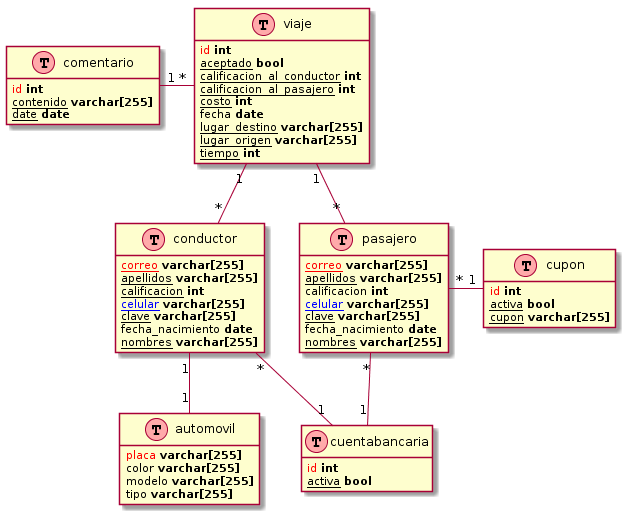
Before: img/diagram.png, a diagram exported from PlantUML (k26duran/ProyectoARSW). Source of this version:
```plantuml
@startuml
hide methods
hide stereotypes

class automovil << (T,#FFAAAA) >> {
    <color:red>placa</color> <b>varchar[255]</b>
    color <b>varchar[255]</b>
	modelo <b>varchar[255]</b>
	tipo <b>varchar[255]</b>
}


class conductor << (T,#FFAAAA) >>{
    <u><color:red>correo</color></u> <b>varchar[255]</b>
    <u>apellidos</u> <b>varchar[255]</b>
	<u>calificacion</u> <b>int</b>
	<u><color:blue>celular</color></u> <b>varchar[255]</b>
	<u>clave</u> <b>varchar[255]</b>
	fecha_nacimiento <b>date</b>
	<u>nombres</u> <b>varchar[255]</b>
}

class pasajero << (T,#FFAAAA) >>{
    <u><color:red>correo</color></u> <b>varchar[255]</b>
	<u>apellidos</u> <b>varchar[255]</b>
	calificacion <b>int</b>
	<u><color:blue>celular</color></u> <b>varchar[255]</b>
	<u>clave</u> <b>varchar[255]</b>
	fecha_nacimiento <b>date</b>
	<u>nombres</u> <b>varchar[255]</b>
}

class viaje << (T,#FFAAAA) >>{
	<color:red>id</color> <b>int</b>
	<u>aceptado</u> <b>bool</b>
	<u>calificacion_al_conductor</u> <b>int</b>
	<u>calificacion_al_pasajero</u> <b>int</b>
	<u>costo</u> <b>int</b>
    fecha <b>date</b>
	<u>lugar_destino</u> <b>varchar[255]</b>
	<u>lugar_origen</u> <b>varchar[255]</b>
	<u>tiempo</u> <b>int</b>
}



class comentario << (T,#FFAAAA) >>{
	<color:red>id</color> <b>int</b>
	<u>contenido</u> <b>varchar[255]</b>
	<u>date</u> <b>date</b>
}


class cuentabancaria << (T,#FFAAAA) >>{
	<color:red>id</color> <b>int</b>
	<u>activa</u> <b>bool</b>
}

class cupon << (T,#FFAAAA) >>{
    <color:red>id</color> <b>int</b>
	<u>activa</u> <b>bool</b>
	<u>cupon</u> <b>varchar[255]</b>
}


automovil "1" -up- "1" conductor
viaje "*" -left- "1" comentario
viaje   "1"--"*" conductor
viaje "1"--"*"  pasajero
cuentabancaria "1"-up-"*"  pasajero
cuentabancaria "1"-up-"*" conductor
pasajero "*"-right-"1" cupon
@enduml
```
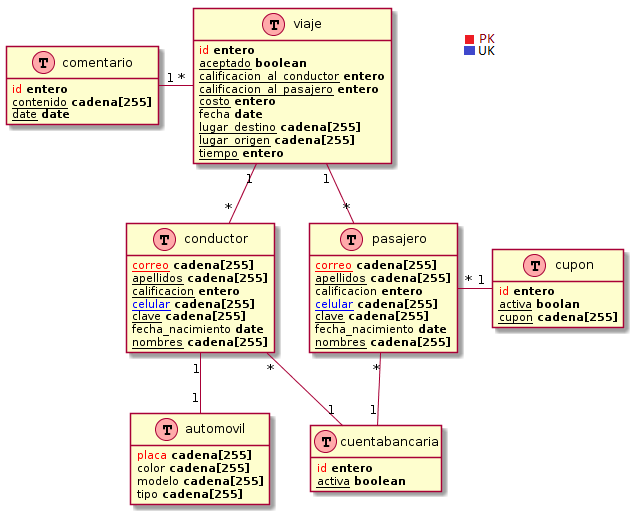
Above is the later version.

What changed in the source:
```diff
@@ -3,63 +3,63 @@
 hide stereotypes
 
 class automovil << (T,#FFAAAA) >> {
-    <color:red>placa</color> <b>varchar[255]</b>
-    color <b>varchar[255]</b>
-	modelo <b>varchar[255]</b>
-	tipo <b>varchar[255]</b>
+    <color:red>placa</color> <b>cadena[255]</b>
+    color <b>cadena[255]</b>
+	modelo <b>cadena[255]</b>
+	tipo <b>cadena[255]</b>
 }
 
 
 class conductor << (T,#FFAAAA) >>{
-    <u><color:red>correo</color></u> <b>varchar[255]</b>
-    <u>apellidos</u> <b>varchar[255]</b>
-	<u>calificacion</u> <b>int</b>
-	<u><color:blue>celular</color></u> <b>varchar[255]</b>
-	<u>clave</u> <b>varchar[255]</b>
+    <u><color:red>correo</color></u> <b>cadena[255]</b>
+    <u>apellidos</u> <b>cadena[255]</b>
+	<u>calificacion</u> <b>entero</b>
+	<u><color:blue>celular</color></u> <b>cadena[255]</b>
+	<u>clave</u> <b>cadena[255]</b>
 	fecha_nacimiento <b>date</b>
-	<u>nombres</u> <b>varchar[255]</b>
+	<u>nombres</u> <b>cadena[255]</b>
 }
 
 class pasajero << (T,#FFAAAA) >>{
-    <u><color:red>correo</color></u> <b>varchar[255]</b>
-	<u>apellidos</u> <b>varchar[255]</b>
-	calificacion <b>int</b>
-	<u><color:blue>celular</color></u> <b>varchar[255]</b>
-	<u>clave</u> <b>varchar[255]</b>
+    <u><color:red>correo</color></u> <b>cadena[255]</b>
+	<u>apellidos</u> <b>cadena[255]</b>
+	calificacion <b>entero</b>
+	<u><color:blue>celular</color></u> <b>cadena[255]</b>
+	<u>clave</u> <b>cadena[255]</b>
 	fecha_nacimiento <b>date</b>
-	<u>nombres</u> <b>varchar[255]</b>
+	<u>nombres</u> <b>cadena[255]</b>
 }
 
 class viaje << (T,#FFAAAA) >>{
-	<color:red>id</color> <b>int</b>
-	<u>aceptado</u> <b>bool</b>
-	<u>calificacion_al_conductor</u> <b>int</b>
-	<u>calificacion_al_pasajero</u> <b>int</b>
-	<u>costo</u> <b>int</b>
+	<color:red>id</color> <b>entero</b>
+	<u>aceptado</u> <b>boolean</b>
+	<u>calificacion_al_conductor</u> <b>entero</b>
+	<u>calificacion_al_pasajero</u> <b>entero</b>
+	<u>costo</u> <b>entero</b>
     fecha <b>date</b>
-	<u>lugar_destino</u> <b>varchar[255]</b>
-	<u>lugar_origen</u> <b>varchar[255]</b>
-	<u>tiempo</u> <b>int</b>
+	<u>lugar_destino</u> <b>cadena[255]</b>
+	<u>lugar_origen</u> <b>cadena[255]</b>
+	<u>tiempo</u> <b>entero</b>
 }
 
 
 
 class comentario << (T,#FFAAAA) >>{
-	<color:red>id</color> <b>int</b>
-	<u>contenido</u> <b>varchar[255]</b>
+	<color:red>id</color> <b>entero</b>
+	<u>contenido</u> <b>cadena[255]</b>
 	<u>date</u> <b>date</b>
 }
 
 
 class cuentabancaria << (T,#FFAAAA) >>{
-	<color:red>id</color> <b>int</b>
-	<u>activa</u> <b>bool</b>
+	<color:red>id</color> <b>entero</b>
+	<u>activa</u> <b>boolean</b>
 }
 
 class cupon << (T,#FFAAAA) >>{
-    <color:red>id</color> <b>int</b>
-	<u>activa</u> <b>bool</b>
-	<u>cupon</u> <b>varchar[255]</b>
+    <color:red>id</color> <b>entero</b>
+	<u>activa</u> <b>boolan</b>
+	<u>cupon</u> <b>cadena[255]</b>
 }
 
 
```
